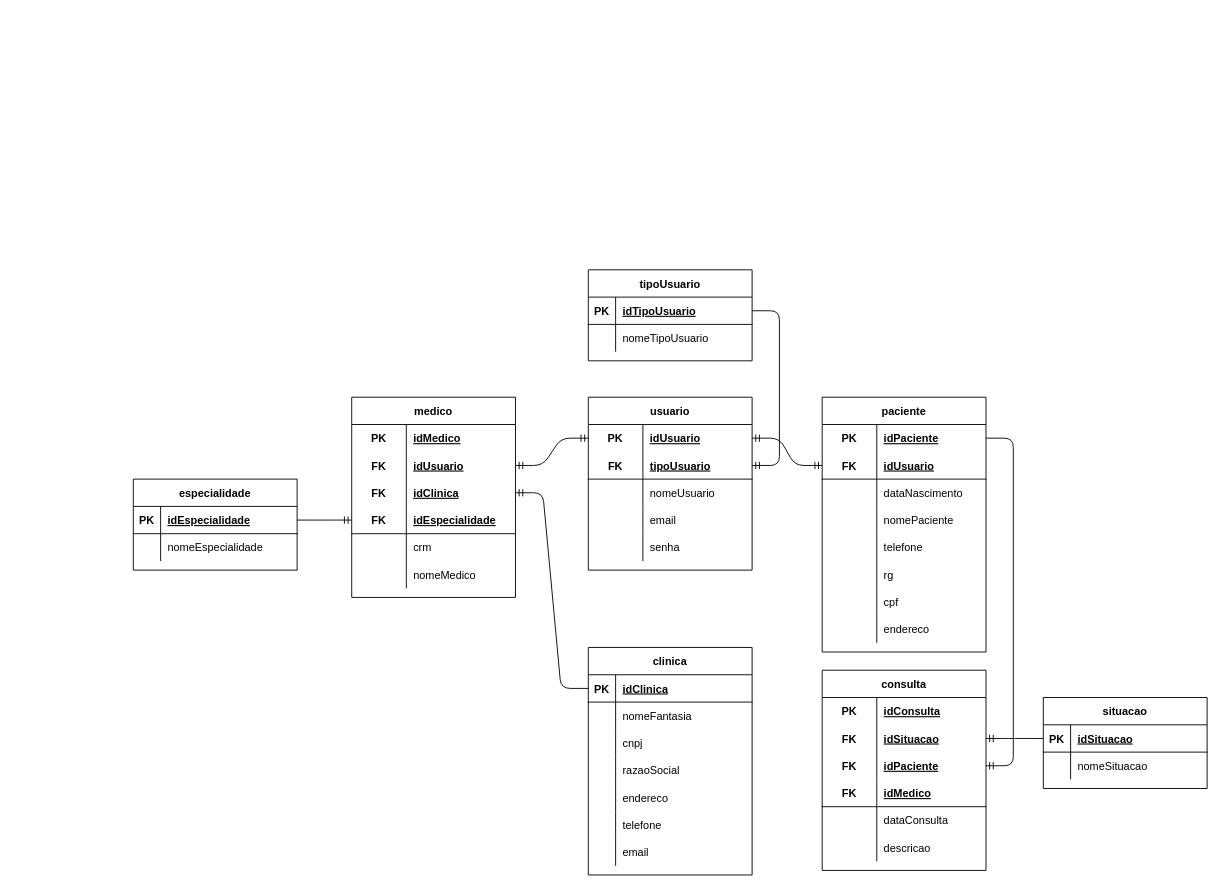
Earlier version of the draw.io diagram page "logica" (2 of 2) of modelagem/SP-Medical-Modelagem.drawio (LimaGustav/SP-Medical-Group). Source tidied: cells renumbered, new cells numbered last; positions are measured from the earlier drawing's top-left corner, leaving out a move shared by most shapes. Both pictures are drawn from the tidied source at 91%, with x=0, y=0 at pixel (133, 269).
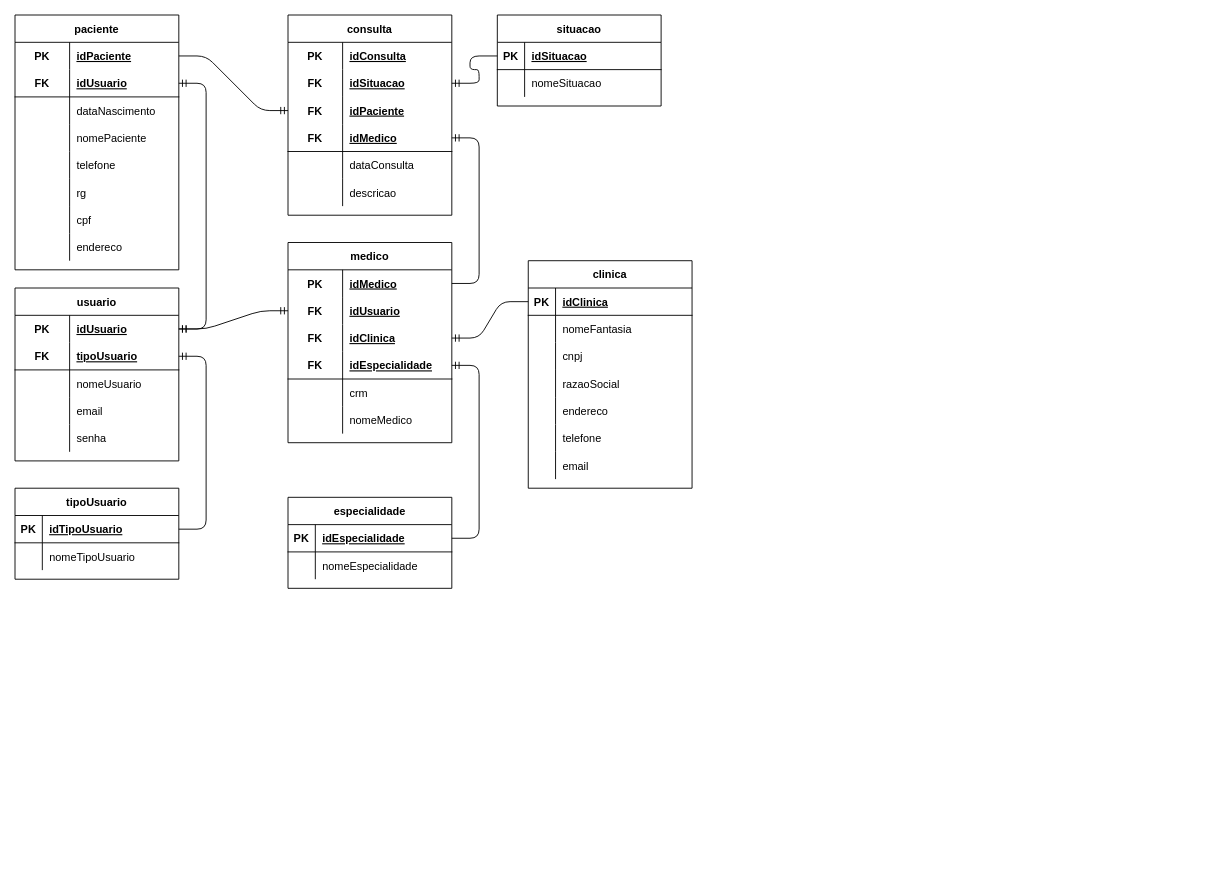
After the change.

Unchanged cells that the change refers to:
```xml
<mxCell id="62" style="shape=partialRectangle;fillColor=none;top=0;left=0;bottom=0;right=0;points=[[0,0.5],[1,0.5]];portConstraint=eastwest;" parent="61" vertex="1">
  <mxGeometry y="30" width="180" height="30" as="geometry" />
</mxCell>
<mxCell id="117" style="shape=partialRectangle;fillColor=none;top=0;left=0;bottom=1;right=0;points=[[0,0.5],[1,0.5]];portConstraint=eastwest;" parent="107" vertex="1">
  <mxGeometry y="120" width="180" height="30" as="geometry" />
</mxCell>
```

The edit, as a diff of the source:
```diff
@@
     <mxCell id="2" value="clinica" style="shape=table;startSize=30;childLayout=tableLayout;rowLines=0;fontStyle=1;align=center;" parent="1" vertex="1">
-      <mxGeometry x="500" y="415" width="180" height="250" as="geometry" />
+      <mxGeometry x="434" y="-10" width="180" height="250" as="geometry" />
     </mxCell>
@@
     <mxCell id="24" value="especialidade" style="shape=table;startSize=30;childLayout=tableLayout;rowLines=0;fontStyle=1;align=center;" parent="1" vertex="1">
-      <mxGeometry y="230" width="180" height="100" as="geometry" />
+      <mxGeometry x="170" y="250" width="180" height="100" as="geometry" />
     </mxCell>
@@
     <mxCell id="31" value="tipoUsuario" style="shape=table;startSize=30;childLayout=tableLayout;rowLines=0;fontStyle=1;align=center;" parent="1" vertex="1">
-      <mxGeometry x="500" width="180" height="100" as="geometry" />
+      <mxGeometry x="-130" y="240" width="180" height="100" as="geometry" />
     </mxCell>
@@
     <mxCell id="38" value="situacao" style="shape=table;startSize=30;childLayout=tableLayout;rowLines=0;fontStyle=1;align=center;" parent="1" vertex="1">
-      <mxGeometry x="1000" y="470" width="180" height="100" as="geometry" />
+      <mxGeometry x="400" y="-280" width="180" height="100" as="geometry" />
     </mxCell>
@@
     <mxCell id="45" value="usuario" style="shape=table;startSize=30;childLayout=tableLayout;rowLines=0;fontStyle=1;align=center;" parent="1" vertex="1">
-      <mxGeometry x="500" y="140" width="180" height="190" as="geometry" />
+      <mxGeometry x="-130" y="20" width="180" height="190" as="geometry" />
     </mxCell>
@@
     <mxCell id="61" value="medico" style="shape=table;startSize=30;childLayout=tableLayout;rowLines=0;fontStyle=1;align=center;" parent="1" vertex="1">
-      <mxGeometry x="240" y="140" width="180" height="220" as="geometry" />
+      <mxGeometry x="170" y="-30" width="180" height="220" as="geometry" />
     </mxCell>
@@
     <mxCell id="80" value="paciente" style="shape=table;startSize=30;childLayout=tableLayout;rowLines=0;fontStyle=1;align=center;" parent="1" vertex="1">
-      <mxGeometry x="757" y="140" width="180" height="280" as="geometry" />
+      <mxGeometry x="-130" y="-280" width="180" height="280" as="geometry" />
     </mxCell>
@@
     <mxCell id="107" value="consulta" style="shape=table;startSize=30;childLayout=tableLayout;rowLines=0;fontStyle=1;align=center;" parent="1" vertex="1">
-      <mxGeometry x="757" y="440" width="180" height="220" as="geometry" />
+      <mxGeometry x="170" y="-280" width="180" height="220" as="geometry" />
     </mxCell>
@@
+    <mxCell id="131" style="edgeStyle=entityRelationEdgeStyle;fontSize=12;html=1;endArrow=ERmandOne;" parent="1" edge="1" source="62" target="117">
+      <mxGeometry relative="1" as="geometry" />
+    </mxCell>
```
